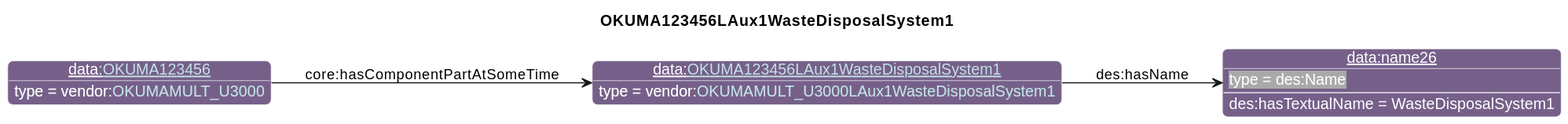
The PlantUML diagram diagrams/OKUMA123456LAux1WasteDisposalSystem1.svg in iofoundry/example-syseng-mtconnect, before a commit.
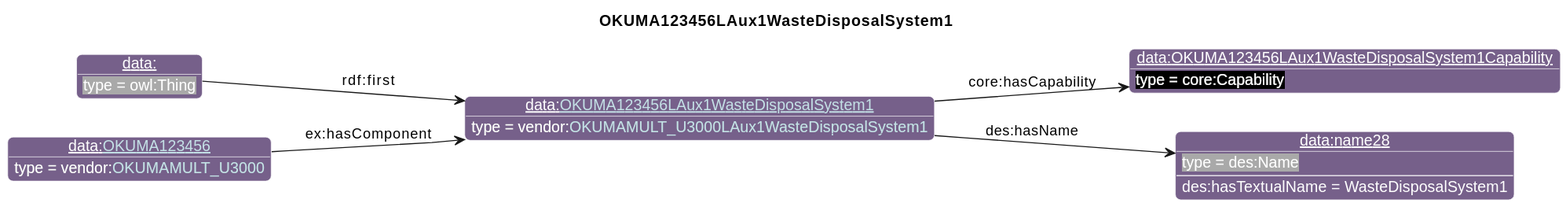
Above is the later version.

Change to the diagram source:
```diff
@@ -26,9 +26,13 @@
                       "qp":"641B2E"
       }
 individual(o0, data:[[./OKUMA123456LAux1WasteDisposalSystem1.html OKUMA123456LAux1WasteDisposalSystem1]], vendor:[[../OKUMA.html#OKUMAMULT_U3000LAux1WasteDisposalSystem1 OKUMAMULT_U3000LAux1WasteDisposalSystem1]])
-individual(o1, data:name26, des:Name)
-individual(o2, data:[[./OKUMA123456.html OKUMA123456]], vendor:[[../OKUMA.html#OKUMAMULT_U3000 OKUMAMULT_U3000]])
-property(o0, "des:hasName", o1)
-data(o1, "des:hasTextualName", "WasteDisposalSystem1")
-property(o2, "core:hasComponentPartAtSomeTime", o0)
+individual(o1, data:OKUMA123456LAux1WasteDisposalSystem1Capability, core:Capability)
+individual(o2, data:name28, des:Name)
+individual(o3, data:, owl:Thing)
+individual(o4, data:[[./OKUMA123456.html OKUMA123456]], vendor:[[../OKUMA.html#OKUMAMULT_U3000 OKUMAMULT_U3000]])
+property(o0, "core:hasCapability", o1)
+property(o0, "des:hasName", o2)
+data(o2, "des:hasTextualName", "WasteDisposalSystem1")
+property(o3, "rdf:first", o0)
+property(o4, "ex:hasComponent", o0)
 @enduml
```
